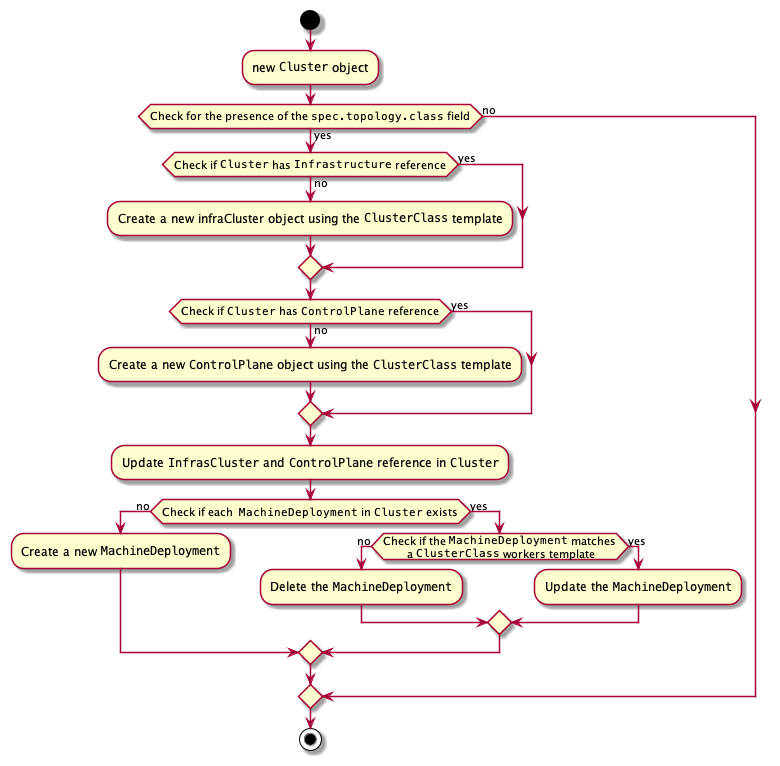
kubernetes-sigs/cluster-api keeps this PlantUML diagram as docs/book/src/images/cluster-topology-controller.png. Above is the earlier version. Its diagram source:
```plantuml
@startuml

start
:new ""Cluster"" object;
if (Check for the presence of the ""spec.topology.class"" field) then (yes)
    if (Check if ""Cluster"" has ""Infrastructure"" reference) then (yes)
    else (no)
        :Create a new infraCluster object using the ""ClusterClass"" template;
    endif

    if (Check if ""Cluster"" has ""ControlPlane"" reference) then (yes)
    else (no)
        :Create a new ""ControlPlane"" object using the ""ClusterClass"" template;
    endif
    :Update ""InfrasCluster"" and ""ControlPlane"" reference in ""Cluster"";

    if (Check if each  ""MachineDeployment"" in ""Cluster"" exists) then (no)
        :Create a new ""MachineDeployment"";
    else (yes)
        if (Check if the ""MachineDeployment"" matches
        a ""ClusterClass"" workers template) then (no)
            :Delete the ""MachineDeployment"";
        else (yes)
            :Update the ""MachineDeployment"";
        endif
    endif
else (no)
endif
stop

@enduml
```
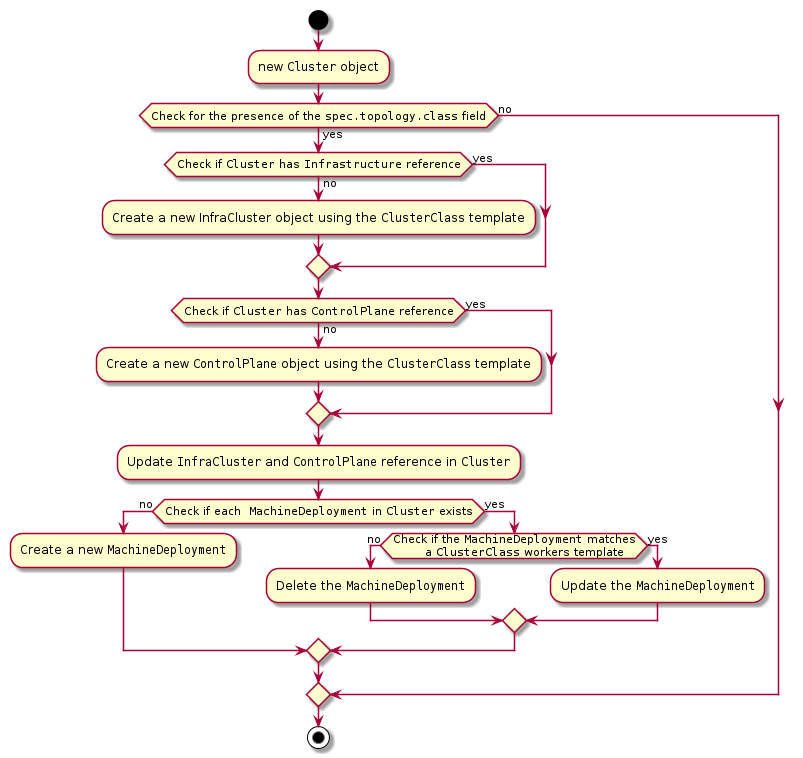
After the change.

Commit message:
Fix resource name in cluster-topology-controller diagram

Change to the diagram source:
```diff
@@ -5,14 +5,14 @@
 if (Check for the presence of the ""spec.topology.class"" field) then (yes)
     if (Check if ""Cluster"" has ""Infrastructure"" reference) then (yes)
     else (no)
-        :Create a new infraCluster object using the ""ClusterClass"" template;
+        :Create a new InfraCluster object using the ""ClusterClass"" template;
     endif
 
     if (Check if ""Cluster"" has ""ControlPlane"" reference) then (yes)
     else (no)
         :Create a new ""ControlPlane"" object using the ""ClusterClass"" template;
     endif
-    :Update ""InfrasCluster"" and ""ControlPlane"" reference in ""Cluster"";
+    :Update ""InfraCluster"" and ""ControlPlane"" reference in ""Cluster"";
 
     if (Check if each  ""MachineDeployment"" in ""Cluster"" exists) then (no)
         :Create a new ""MachineDeployment"";
```
